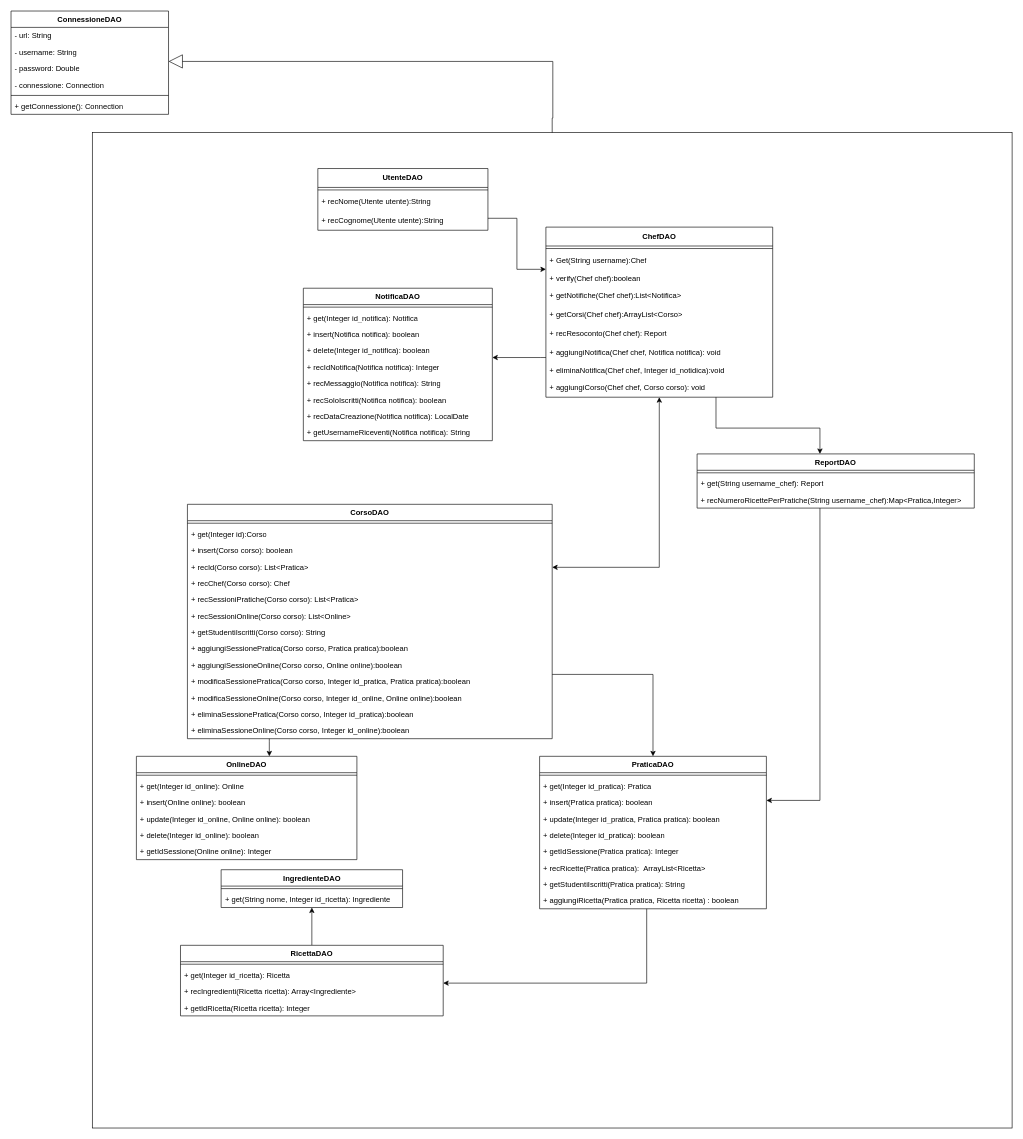
The draw.io diagram page "dao" (2 of 3) of obj/uml/UML1.drawio in MetisWastaken/UninaFoodLab, before the edit. Source tidied: cells renumbered, new cells numbered last; positions are measured from the earlier drawing's top-left corner, leaving out a move shared by most shapes. Both pictures are drawn from the tidied source at 63%, with x=0, y=0 at pixel (11, 11).
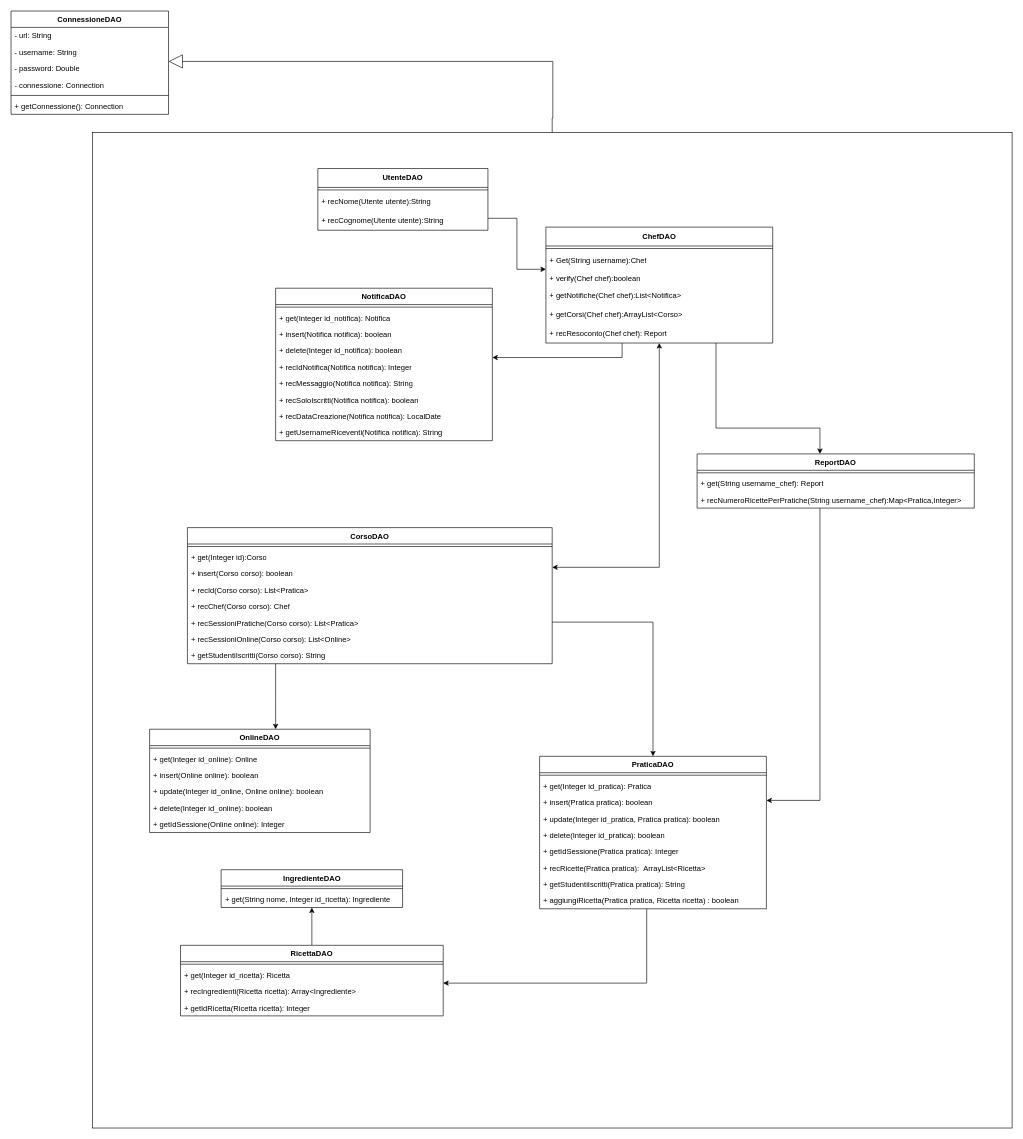
The same page after the edit.

The change refers to these unchanged cells:
```xml
<mxCell id="28" value="PraticaDAO" style="swimlane;align=center;verticalAlign=top;horizontal=1;startSize=26;whiteSpace=wrap;html=1;" parent="1" vertex="1">
  <mxGeometry x="839" y="1183" width="360" height="242" as="geometry" />
</mxCell>
```

Diff of the diagram source:
```diff
@@
     <mxCell id="17" value="OnlineDAO" style="swimlane;align=center;verticalAlign=top;horizontal=1;startSize=26;whiteSpace=wrap;html=1;" parent="1" vertex="1">
-      <mxGeometry x="199" y="1183" width="350" height="164" as="geometry" />
+      <mxGeometry x="220" y="1140" width="350" height="164" as="geometry" />
     </mxCell>
@@
     <mxCell id="39" style="edgeStyle=orthogonalEdgeStyle;rounded=0;jettySize=auto;html=1;" parent="1" edge="1" source="41" target="17">
       <mxGeometry relative="1" as="geometry">
         <Array as="points">
-          <mxPoint x="410" y="1160" />
-          <mxPoint x="410" y="1160" />
+          <mxPoint x="420" y="1090" />
+          <mxPoint x="420" y="1090" />
         </Array>
       </mxGeometry>
     </mxCell>
     <mxCell id="40" style="edgeStyle=orthogonalEdgeStyle;rounded=0;jettySize=auto;html=1;" parent="1" edge="1" source="41" target="28">
       <mxGeometry relative="1" as="geometry">
         <Array as="points">
-          <mxPoint x="1019" y="1053" />
+          <mxPoint x="1019" y="970" />
         </Array>
       </mxGeometry>
     </mxCell>
     <mxCell id="41" value="CorsoDAO" style="swimlane;align=center;verticalAlign=top;horizontal=1;startSize=26;whiteSpace=wrap;html=1;" parent="1" vertex="1">
-      <mxGeometry x="280" y="783" width="579" height="372" as="geometry" />
+      <mxGeometry x="280" y="820" width="579" height="216" as="geometry" />
     </mxCell>
@@
-    <mxCell id="50" value="+ aggiungiSessionePratica(Corso corso, Pratica pratica):boolean" style="text;strokeColor=none;fillColor=none;align=left;verticalAlign=top;spacingLeft=4;spacingRight=4;overflow=hidden;whiteSpace=wrap;html=1;" parent="41" vertex="1">
-      <mxGeometry y="216" width="579" height="26" as="geometry" />
-    </mxCell>
-    <mxCell id="51" value="+ aggiungiSessioneOnline(Corso corso,&amp;nbsp;Online online):boolean" style="text;strokeColor=none;fillColor=none;align=left;verticalAlign=top;spacingLeft=4;spacingRight=4;overflow=hidden;whiteSpace=wrap;html=1;" parent="41" vertex="1">
-      <mxGeometry y="242" width="579" height="26" as="geometry" />
-    </mxCell>
-    <mxCell id="52" value="+ modificaSessionePratica(Corso corso, Integer id_pratica, Pratica pratica):boolean" style="text;strokeColor=none;fillColor=none;align=left;verticalAlign=top;spacingLeft=4;spacingRight=4;overflow=hidden;whiteSpace=wrap;html=1;" parent="41" vertex="1">
-      <mxGeometry y="268" width="579" height="26" as="geometry" />
-    </mxCell>
-    <mxCell id="53" value="+ modificaSessioneOnline(Corso corso, Integer id_online, Online online):boolean" style="text;strokeColor=none;fillColor=none;align=left;verticalAlign=top;spacingLeft=4;spacingRight=4;overflow=hidden;whiteSpace=wrap;html=1;" parent="41" vertex="1">
-      <mxGeometry y="294" width="579" height="26" as="geometry" />
-    </mxCell>
-    <mxCell id="54" value="+ eliminaSessionePratica(Corso corso, Integer id_pratica):boolean" style="text;strokeColor=none;fillColor=none;align=left;verticalAlign=top;spacingLeft=4;spacingRight=4;overflow=hidden;whiteSpace=wrap;html=1;" parent="41" vertex="1">
-      <mxGeometry y="320" width="579" height="26" as="geometry" />
-    </mxCell>
-    <mxCell id="55" value="+ eliminaSessioneOnline(Corso corso, Integer id_online):boolean" style="text;strokeColor=none;fillColor=none;align=left;verticalAlign=top;spacingLeft=4;spacingRight=4;overflow=hidden;whiteSpace=wrap;html=1;" parent="41" vertex="1">
-      <mxGeometry y="346" width="579" height="26" as="geometry" />
-    </mxCell>
     <mxCell id="56" value="NotificaDAO" style="swimlane;align=center;verticalAlign=top;horizontal=1;startSize=26;whiteSpace=wrap;html=1;" parent="1" vertex="1">
-      <mxGeometry x="464" y="440" width="300" height="242" as="geometry" />
+      <mxGeometry x="420" y="440" width="344" height="242" as="geometry" />
     </mxCell>
     <mxCell id="57" style="line;strokeWidth=1;fillColor=none;align=left;verticalAlign=middle;spacingTop=-1;spacingLeft=3;spacingRight=3;labelPosition=right;strokeColor=inherit;" parent="56" vertex="1">
-      <mxGeometry y="26" width="300" height="8" as="geometry" />
+      <mxGeometry y="26" width="344" height="8" as="geometry" />
     </mxCell>
     <mxCell id="58" value="+ get(Integer id_notifica&lt;span style=&quot;color: light-dark(rgb(0, 0, 0), rgb(255, 255, 255)); background-color: transparent;&quot;&gt;): Notifica&lt;/span&gt;" style="text;strokeColor=none;fillColor=none;align=left;verticalAlign=top;spacingLeft=4;spacingRight=4;overflow=hidden;whiteSpace=wrap;html=1;" parent="56" vertex="1">
-      <mxGeometry y="34" width="300" height="26" as="geometry" />
+      <mxGeometry y="34" width="344" height="26" as="geometry" />
     </mxCell>
     <mxCell id="59" value="+ insert(Notifica notifica): boolean" style="text;strokeColor=none;fillColor=none;align=left;verticalAlign=top;spacingLeft=4;spacingRight=4;overflow=hidden;whiteSpace=wrap;html=1;" parent="56" vertex="1">
-      <mxGeometry y="60" width="300" height="26" as="geometry" />
+      <mxGeometry y="60" width="344" height="26" as="geometry" />
     </mxCell>
     <mxCell id="60" value="+ delete(Integer id_notifica): boolean" style="text;strokeColor=none;fillColor=none;align=left;verticalAlign=top;spacingLeft=4;spacingRight=4;overflow=hidden;whiteSpace=wrap;html=1;" parent="56" vertex="1">
-      <mxGeometry y="86" width="300" height="26" as="geometry" />
+      <mxGeometry y="86" width="344" height="26" as="geometry" />
     </mxCell>
     <mxCell id="61" value="+ recIdNotifica(Notifica notifica): Integer" style="text;strokeColor=none;fillColor=none;align=left;verticalAlign=top;spacingLeft=4;spacingRight=4;overflow=hidden;whiteSpace=wrap;html=1;" parent="56" vertex="1">
-      <mxGeometry y="112" width="300" height="26" as="geometry" />
+      <mxGeometry y="112" width="344" height="26" as="geometry" />
     </mxCell>
     <mxCell id="62" value="+ recMessaggio(Notifica notifica): String" style="text;strokeColor=none;fillColor=none;align=left;verticalAlign=top;spacingLeft=4;spacingRight=4;overflow=hidden;whiteSpace=wrap;html=1;" parent="56" vertex="1">
-      <mxGeometry y="138" width="300" height="26" as="geometry" />
+      <mxGeometry y="138" width="344" height="26" as="geometry" />
     </mxCell>
     <mxCell id="63" value="+ recSoloIscritti(Notifica notifica): boolean" style="text;strokeColor=none;fillColor=none;align=left;verticalAlign=top;spacingLeft=4;spacingRight=4;overflow=hidden;whiteSpace=wrap;html=1;" parent="56" vertex="1">
-      <mxGeometry y="164" width="300" height="26" as="geometry" />
+      <mxGeometry y="164" width="344" height="26" as="geometry" />
     </mxCell>
     <mxCell id="64" value="+ recDataCreazione(Notifica notifica): LocalDate" style="text;strokeColor=none;fillColor=none;align=left;verticalAlign=top;spacingLeft=4;spacingRight=4;overflow=hidden;whiteSpace=wrap;html=1;" parent="56" vertex="1">
-      <mxGeometry y="190" width="300" height="26" as="geometry" />
+      <mxGeometry y="190" width="344" height="26" as="geometry" />
     </mxCell>
     <mxCell id="65" value="+ getUsernameRiceventi(Notifica notifica): String" style="text;strokeColor=none;fillColor=none;align=left;verticalAlign=top;spacingLeft=4;spacingRight=4;overflow=hidden;whiteSpace=wrap;html=1;" parent="56" vertex="1">
-      <mxGeometry y="216" width="300" height="26" as="geometry" />
+      <mxGeometry y="216" width="344" height="26" as="geometry" />
     </mxCell>
@@
     <mxCell id="76" style="edgeStyle=orthogonalEdgeStyle;rounded=0;jettySize=auto;html=1;" parent="1" edge="1" source="78" target="56">
       <mxGeometry relative="1" as="geometry">
         <Array as="points">
-          <mxPoint x="840" y="550" />
-          <mxPoint x="840" y="550" />
+          <mxPoint x="970" y="550" />
         </Array>
       </mxGeometry>
     </mxCell>
@@
     <mxCell id="78" value="&lt;b&gt;ChefDAO&lt;/b&gt;" style="swimlane;fontStyle=0;horizontal=1;startSize=30;whiteSpace=wrap;html=1;" parent="1" vertex="1">
-      <mxGeometry x="849" y="343" width="360" height="270" as="geometry" />
+      <mxGeometry x="849" y="343" width="360" height="184" as="geometry" />
     </mxCell>
@@
-    <mxCell id="85" value="+ aggiungiNotifica(Chef chef, Notifica notifica): void" style="text;strokeColor=none;fillColor=none;align=left;verticalAlign=middle;spacingLeft=4;spacingRight=4;overflow=hidden;whiteSpace=wrap;html=1;" parent="78" vertex="1">
-      <mxGeometry y="184" width="360" height="30" as="geometry" />
-    </mxCell>
-    <mxCell id="86" value="+ eliminaNotifica(Chef chef, Integer id_notidica):void" style="text;strokeColor=none;fillColor=none;align=left;verticalAlign=top;spacingLeft=4;spacingRight=4;overflow=hidden;whiteSpace=wrap;html=1;" parent="78" vertex="1">
-      <mxGeometry y="214" width="360" height="26" as="geometry" />
-    </mxCell>
-    <mxCell id="87" value="+ aggiungiCorso(Chef chef, Corso corso): void" style="text;strokeColor=none;fillColor=none;align=left;verticalAlign=middle;spacingLeft=4;spacingRight=4;overflow=hidden;whiteSpace=wrap;html=1;" parent="78" vertex="1">
-      <mxGeometry y="240" width="360" height="30" as="geometry" />
-    </mxCell>
```
